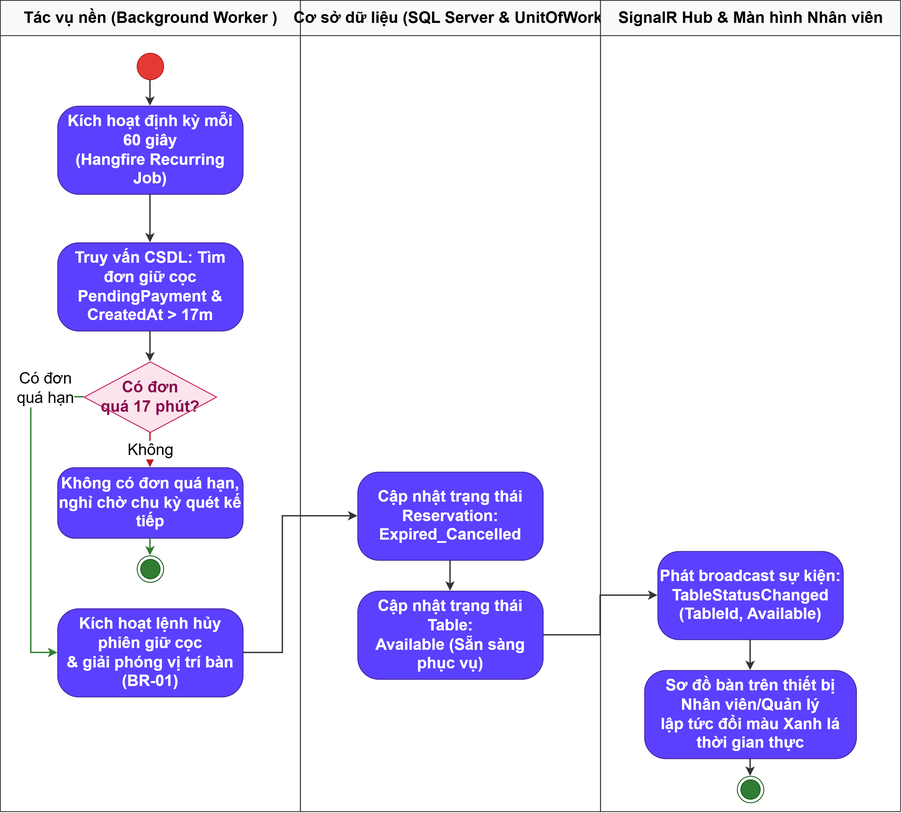
The draw.io diagram docs/phase1/drawio/ad10_auto_release_timeout.drawio.png in AndrewQng/VinDining, before a commit. Source tidied: cells renumbered, new cells last; positions are measured from the earlier drawing's top-left corner, leaving out a move shared by most shapes.
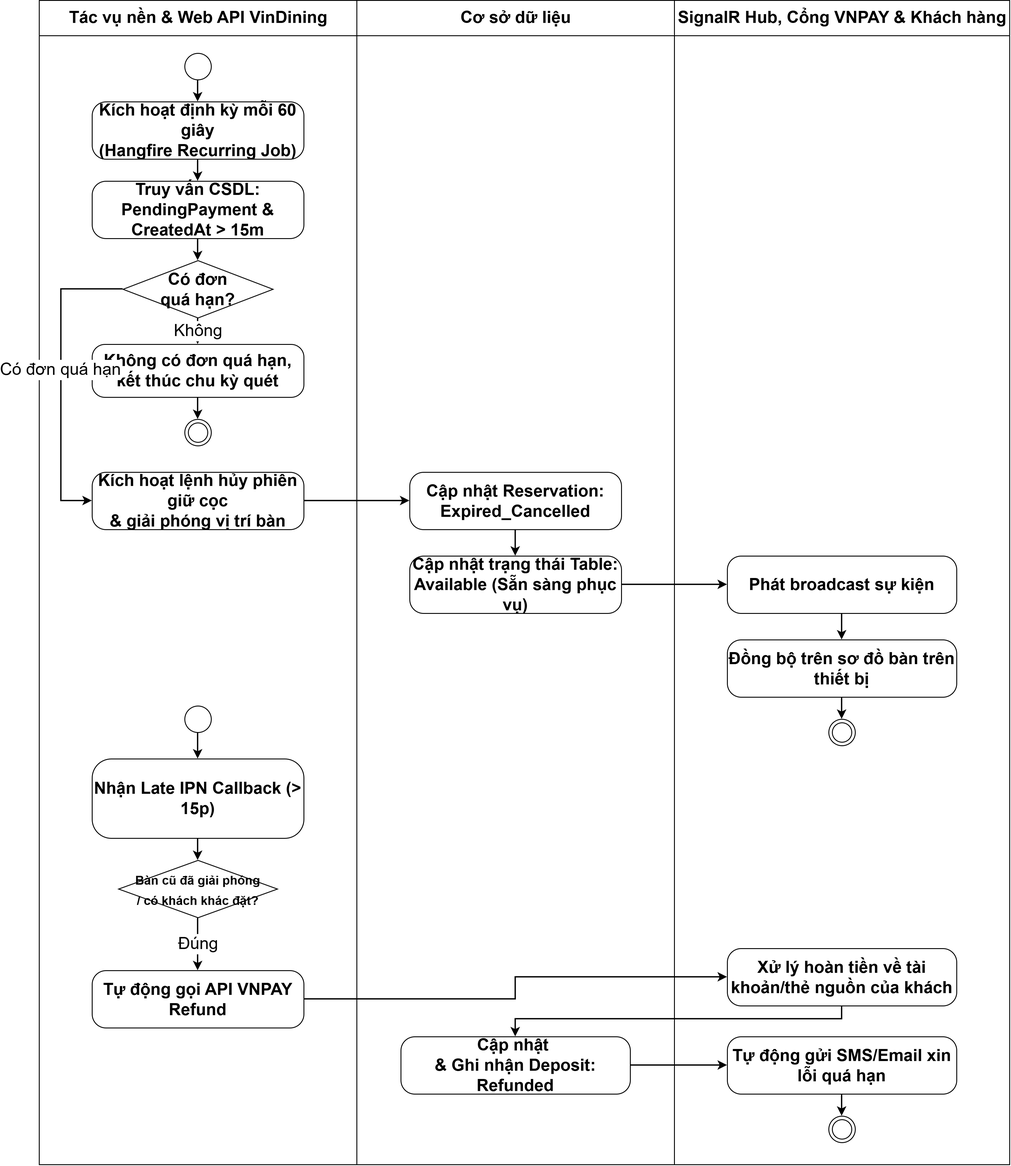
After the change.

The edit, as a diff of the source:
```diff
@@ -2,93 +2,139 @@
   <root>
     <mxCell id="0" />
     <mxCell id="1" parent="0" />
-    <mxCell id="2" value="Tác vụ nền (Background Worker )" style="swimlane;html=1;startSize=40;horizontal=1;fontStyle=1;fontSize=18;align=center;verticalAlign=middle;fillColor=#f8f9fa;strokeColor=#333333;swimlaneLine=1;" parent="1" vertex="1">
-      <mxGeometry width="340" height="920" as="geometry" />
+    <mxCell id="2" value="Tác vụ nền &amp;amp; Web API VinDining" style="swimlane;html=1;startSize=40;horizontal=1;fontStyle=1;fontSize=19;align=center;verticalAlign=middle;swimlaneLine=1;" parent="1" vertex="1">
+      <mxGeometry width="360" height="1320" as="geometry" />
     </mxCell>
-    <mxCell id="3" style="ellipse;whiteSpace=wrap;html=1;fillColor=#e53935;strokeColor=#b71c1c;fontSize=18;" parent="2" vertex="1">
-      <mxGeometry x="155" y="60" width="30" height="30" as="geometry" />
+    <mxCell id="3" style="ellipse;whiteSpace=wrap;html=1;fontSize=19;" parent="2" vertex="1">
+      <mxGeometry x="165" y="60" width="30" height="30" as="geometry" />
     </mxCell>
-    <mxCell id="4" value="Kích hoạt định kỳ mỗi 60 giây&#10;(Hangfire Recurring Job)" style="rounded=1;arcSize=24;whiteSpace=wrap;html=1;fillColor=#5b40ff;strokeColor=#4527a0;fontColor=#ffffff;fontStyle=1;fontSize=18;align=center;verticalAlign=middle;" parent="2" vertex="1">
-      <mxGeometry x="65" y="120" width="210" height="100" as="geometry" />
+    <mxCell id="4" value="Kích hoạt định kỳ mỗi 60 giây&#10;(Hangfire Recurring Job)" style="rounded=1;arcSize=24;whiteSpace=wrap;html=1;fontStyle=1;fontSize=19;align=center;verticalAlign=middle;" parent="2" vertex="1">
+      <mxGeometry x="60" y="115" width="240" height="65" as="geometry" />
     </mxCell>
-    <mxCell id="5" value="Truy vấn CSDL: Tìm đơn giữ cọc&#10;PendingPayment &amp;amp; CreatedAt &amp;gt; 17m" style="rounded=1;arcSize=24;whiteSpace=wrap;html=1;fillColor=#5b40ff;strokeColor=#4527a0;fontColor=#ffffff;fontStyle=1;fontSize=18;align=center;verticalAlign=middle;" parent="2" vertex="1">
-      <mxGeometry x="65" y="275" width="210" height="100" as="geometry" />
+    <mxCell id="5" value="Truy vấn CSDL:&lt;br&gt;PendingPayment &amp;amp; CreatedAt &amp;gt; 15m" style="rounded=1;arcSize=24;whiteSpace=wrap;html=1;fontStyle=1;fontSize=19;align=center;verticalAlign=middle;" parent="2" vertex="1">
+      <mxGeometry x="60" y="205" width="240" height="65" as="geometry" />
     </mxCell>
-    <mxCell id="6" value="Có đơn&#10;quá 17 phút?" style="rhombus;whiteSpace=wrap;html=1;fillColor=#fce4ec;strokeColor=#c2185b;fontColor=#880e4f;fontStyle=1;fontSize=18;align=center;verticalAlign=middle;" parent="2" vertex="1">
-      <mxGeometry x="95" y="410" width="150" height="80" as="geometry" />
+    <mxCell id="6" value="Có đơn&#10;quá hạn?" style="rhombus;whiteSpace=wrap;html=1;fontStyle=1;fontSize=19;align=center;verticalAlign=middle;" parent="2" vertex="1">
+      <mxGeometry x="95" y="295" width="170" height="65" as="geometry" />
     </mxCell>
-    <mxCell id="7" value="Không có đơn quá hạn,&#10;nghỉ chờ chu kỳ quét kế tiếp" style="rounded=1;arcSize=24;whiteSpace=wrap;html=1;fillColor=#5b40ff;strokeColor=#4527a0;fontColor=#ffffff;fontStyle=1;fontSize=18;align=center;verticalAlign=middle;" parent="2" vertex="1">
-      <mxGeometry x="65" y="530" width="210" height="80" as="geometry" />
+    <mxCell id="7" value="Không có đơn quá hạn,&#10;kết thúc chu kỳ quét" style="rounded=1;arcSize=24;whiteSpace=wrap;html=1;fontStyle=1;fontSize=19;align=center;verticalAlign=middle;" parent="2" vertex="1">
+      <mxGeometry x="60" y="390" width="240" height="60" as="geometry" />
     </mxCell>
-    <mxCell id="8" style="ellipse;html=1;shape=endState;fillColor=#2e7d32;strokeColor=#1b5e20;fontSize=18;" parent="2" vertex="1">
-      <mxGeometry x="155" y="630" width="30" height="30" as="geometry" />
+    <mxCell id="8" style="ellipse;html=1;shape=endState;fontSize=19;" parent="2" vertex="1">
+      <mxGeometry x="165" y="475" width="30" height="30" as="geometry" />
     </mxCell>
-    <mxCell id="9" value="Kích hoạt lệnh hủy phiên giữ cọc&#10;&amp;amp; giải phóng vị trí bàn (BR-01)" style="rounded=1;arcSize=24;whiteSpace=wrap;html=1;fillColor=#5b40ff;strokeColor=#4527a0;fontColor=#ffffff;fontStyle=1;fontSize=18;align=center;verticalAlign=middle;" parent="2" vertex="1">
-      <mxGeometry x="65" y="690" width="210" height="100" as="geometry" />
+    <mxCell id="9" value="Kích hoạt lệnh hủy phiên giữ cọc&#10;&amp;amp; giải phóng vị trí bàn" style="rounded=1;arcSize=24;whiteSpace=wrap;html=1;fontStyle=1;fontSize=19;align=center;verticalAlign=middle;" parent="2" vertex="1">
+      <mxGeometry x="60" y="535" width="240" height="65" as="geometry" />
     </mxCell>
-    <mxCell id="10" value="Cơ sở dữ liệu (SQL Server &amp;amp; UnitOfWork)" style="swimlane;html=1;startSize=40;horizontal=1;fontStyle=1;fontSize=18;align=center;verticalAlign=middle;fillColor=#f8f9fa;strokeColor=#333333;swimlaneLine=1;" parent="1" vertex="1">
-      <mxGeometry x="340" width="340" height="920" as="geometry" />
-    </mxCell>
-    <mxCell id="11" value="Cập nhật trạng thái Reservation:&#10;Expired_Cancelled" style="rounded=1;arcSize=24;whiteSpace=wrap;html=1;fillColor=#5b40ff;strokeColor=#4527a0;fontColor=#ffffff;fontStyle=1;fontSize=18;align=center;verticalAlign=middle;" parent="10" vertex="1">
-      <mxGeometry x="65" y="535" width="210" height="100" as="geometry" />
-    </mxCell>
-    <mxCell id="12" value="Cập nhật trạng thái Table:&#10;Available (Sẵn sàng phục vụ)" style="rounded=1;arcSize=24;whiteSpace=wrap;html=1;fillColor=#5b40ff;strokeColor=#4527a0;fontColor=#ffffff;fontStyle=1;fontSize=18;align=center;verticalAlign=middle;" parent="10" vertex="1">
-      <mxGeometry x="65" y="670" width="210" height="100" as="geometry" />
-    </mxCell>
-    <mxCell id="13" value="SignalR Hub &amp;amp; Màn hình Nhân viên" style="swimlane;html=1;startSize=40;horizontal=1;fontStyle=1;fontSize=18;align=center;verticalAlign=middle;fillColor=#f8f9fa;strokeColor=#333333;swimlaneLine=1;" parent="1" vertex="1">
-      <mxGeometry x="680" width="340" height="920" as="geometry" />
-    </mxCell>
-    <mxCell id="14" value="Phát broadcast sự kiện:&#10;TableStatusChanged (TableId, Available)" style="rounded=1;arcSize=24;whiteSpace=wrap;html=1;fillColor=#5b40ff;strokeColor=#4527a0;fontColor=#ffffff;fontStyle=1;fontSize=18;align=center;verticalAlign=middle;" parent="13" vertex="1">
-      <mxGeometry x="65" y="625" width="210" height="100" as="geometry" />
-    </mxCell>
-    <mxCell id="15" value="Sơ đồ bàn trên thiết bị Nhân viên/Quản lý&#10;lập tức đổi màu Xanh lá thời gian thực" style="rounded=1;arcSize=24;whiteSpace=wrap;html=1;fillColor=#5b40ff;strokeColor=#4527a0;fontColor=#ffffff;fontStyle=1;fontSize=18;align=center;verticalAlign=middle;" parent="13" vertex="1">
-      <mxGeometry x="50" y="760" width="240" height="100" as="geometry" />
-    </mxCell>
+    <mxCell id="28" style="ellipse;whiteSpace=wrap;html=1;fontSize=19;" parent="2" vertex="1">
+      <mxGeometry x="165" y="800" width="30" height="30" as="geometry" />
+    </mxCell>
+    <mxCell id="29" value="Nhận Late IPN Callback (&amp;gt; 15p)" style="rounded=1;arcSize=24;whiteSpace=wrap;html=1;fontStyle=1;fontSize=19;align=center;verticalAlign=middle;" parent="2" vertex="1">
+      <mxGeometry x="60" y="860" width="240" height="90" as="geometry" />
+    </mxCell>
+    <mxCell id="30" value="&lt;font style=&quot;font-size: 14px;&quot;&gt;Bàn cũ đã giải phóng&lt;br&gt;/ có khách khác đặt?&lt;/font&gt;" style="rhombus;whiteSpace=wrap;html=1;fontStyle=1;fontSize=19;align=center;verticalAlign=middle;" parent="2" vertex="1">
+      <mxGeometry x="90" y="975" width="180" height="65" as="geometry" />
+    </mxCell>
+    <mxCell id="31" value="Tự động gọi API VNPAY Refund" style="rounded=1;arcSize=24;whiteSpace=wrap;html=1;fontStyle=1;fontSize=19;align=center;verticalAlign=middle;" parent="2" vertex="1">
+      <mxGeometry x="60" y="1100" width="240" height="65" as="geometry" />
+    </mxCell>
-    <mxCell id="16" style="edgeStyle=orthogonalEdgeStyle;rounded=0;strokeColor=#333333;strokeWidth=1.5;html=1;fontSize=18;" parent="1" edge="1" source="3" target="4">
+    <mxCell id="16" style="edgeStyle=orthogonalEdgeStyle;rounded=0;strokeWidth=1.5;html=1;exitX=0.5;exitY=1;entryX=0.5;entryY=0;fontSize=19;" parent="2" edge="1" source="3" target="4">
       <mxGeometry relative="1" as="geometry" />
     </mxCell>
-    <mxCell id="17" style="edgeStyle=orthogonalEdgeStyle;rounded=0;strokeColor=#333333;strokeWidth=1.5;html=1;fontSize=18;" parent="1" edge="1" source="4" target="5">
+    <mxCell id="17" style="edgeStyle=orthogonalEdgeStyle;rounded=0;strokeWidth=1.5;html=1;exitX=0.5;exitY=1;entryX=0.5;entryY=0;fontSize=19;" parent="2" edge="1" source="4" target="5">
       <mxGeometry relative="1" as="geometry" />
     </mxCell>
-    <mxCell id="18" style="edgeStyle=orthogonalEdgeStyle;rounded=0;strokeColor=#333333;strokeWidth=1.5;html=1;fontSize=18;" parent="1" edge="1" source="5" target="6">
+    <mxCell id="18" style="edgeStyle=orthogonalEdgeStyle;rounded=0;strokeWidth=1.5;html=1;exitX=0.5;exitY=1;entryX=0.5;entryY=0;fontSize=19;" parent="2" edge="1" source="5" target="6">
       <mxGeometry relative="1" as="geometry" />
     </mxCell>
-    <mxCell id="19" value="Không" style="edgeStyle=orthogonalEdgeStyle;rounded=0;strokeColor=#b71c1c;strokeWidth=1.5;html=1;fontSize=18;labelBackgroundColor=#ffffff;" parent="1" edge="1" source="6" target="7">
+    <mxCell id="19" value="Không" style="edgeStyle=orthogonalEdgeStyle;rounded=0;strokeWidth=1.5;html=1;fontSize=19;labelBackgroundColor=#ffffff;exitX=0.5;exitY=1;entryX=0.5;entryY=0;" parent="2" edge="1" source="6" target="7">
       <mxGeometry relative="1" as="geometry" />
     </mxCell>
-    <mxCell id="20" style="edgeStyle=orthogonalEdgeStyle;rounded=0;strokeColor=#2e7d32;strokeWidth=1.5;html=1;fontSize=18;" parent="1" edge="1" source="7" target="8">
+    <mxCell id="20" style="edgeStyle=orthogonalEdgeStyle;rounded=0;strokeWidth=1.5;html=1;exitX=0.5;exitY=1;entryX=0.5;entryY=0;fontSize=19;" parent="2" edge="1" source="7" target="8">
       <mxGeometry relative="1" as="geometry" />
     </mxCell>
-    <mxCell id="21" value="Có đơn&#10;quá hạn" style="edgeStyle=orthogonalEdgeStyle;rounded=0;strokeColor=#2e7d32;strokeWidth=1.5;html=1;fontSize=18;labelBackgroundColor=#ffffff;exitX=0;exitY=0.5;entryX=0;entryY=0.5;" parent="1" edge="1" source="6" target="9">
-      <mxGeometry x="-0.76" y="-10" relative="1" as="geometry">
+    <mxCell id="21" value="Có đơn quá hạn" style="edgeStyle=orthogonalEdgeStyle;rounded=0;strokeWidth=1.5;html=1;fontSize=19;labelBackgroundColor=#ffffff;exitX=0;exitY=0.5;entryX=0;entryY=0.5;" parent="2" edge="1" source="6" target="9">
+      <mxGeometry relative="1" as="geometry">
         <Array as="points">
-          <mxPoint x="35" y="450" />
-          <mxPoint x="35" y="740" />
+          <mxPoint x="25" y="327.5" />
+          <mxPoint x="25" y="567.5" />
         </Array>
+        <mxPoint x="-1" y="-12" as="offset" />
       </mxGeometry>
     </mxCell>
-    <mxCell id="22" style="edgeStyle=orthogonalEdgeStyle;rounded=0;strokeColor=#333333;strokeWidth=1.5;html=1;exitX=1;exitY=0.5;entryX=0;entryY=0.5;fontSize=18;" parent="1" edge="1" source="9" target="11">
-      <mxGeometry relative="1" as="geometry">
-        <Array as="points">
-          <mxPoint x="320" y="740" />
-          <mxPoint x="320" y="585" />
-        </Array>
-      </mxGeometry>
-    </mxCell>
+    <mxCell id="32" style="edgeStyle=orthogonalEdgeStyle;rounded=0;strokeWidth=1.5;html=1;exitX=0.5;exitY=1;entryX=0.5;entryY=0;fontSize=19;" parent="2" edge="1" source="28" target="29">
+      <mxGeometry relative="1" as="geometry" />
+    </mxCell>
+    <mxCell id="33" style="edgeStyle=orthogonalEdgeStyle;rounded=0;strokeWidth=1.5;html=1;exitX=0.5;exitY=1;entryX=0.5;entryY=0;fontSize=19;" parent="2" edge="1" source="29" target="30">
+      <mxGeometry relative="1" as="geometry" />
+    </mxCell>
+    <mxCell id="34" value="Đúng" style="edgeStyle=orthogonalEdgeStyle;rounded=0;strokeWidth=1.5;html=1;fontSize=19;labelBackgroundColor=#ffffff;exitX=0.5;exitY=1;entryX=0.5;entryY=0;" parent="2" edge="1" source="30" target="31">
+      <mxGeometry relative="1" as="geometry" />
+    </mxCell>
+    <mxCell id="10" value="Cơ sở dữ liệu" style="swimlane;html=1;startSize=40;horizontal=1;fontStyle=1;fontSize=19;align=center;verticalAlign=middle;swimlaneLine=1;" parent="1" vertex="1">
+      <mxGeometry x="360" width="360" height="1320" as="geometry" />
+    </mxCell>
+    <mxCell id="11" value="Cập nhật Reservation:&#10;Expired_Cancelled" style="rounded=1;arcSize=24;whiteSpace=wrap;html=1;fontStyle=1;fontSize=19;align=center;verticalAlign=middle;" parent="10" vertex="1">
+      <mxGeometry x="60" y="535" width="240" height="65" as="geometry" />
+    </mxCell>
+    <mxCell id="12" value="Cập nhật trạng thái Table:&#10;Available (Sẵn sàng phục vụ)" style="rounded=1;arcSize=24;whiteSpace=wrap;html=1;fontStyle=1;fontSize=19;align=center;verticalAlign=middle;" parent="10" vertex="1">
+      <mxGeometry x="60" y="630" width="240" height="65" as="geometry" />
+    </mxCell>
+    <mxCell id="35" value="Cập nhật&amp;nbsp;&lt;br&gt;&amp;amp; Ghi nhận Deposit: Refunded" style="rounded=1;arcSize=24;whiteSpace=wrap;html=1;fontStyle=1;fontSize=19;align=center;verticalAlign=middle;" parent="10" vertex="1">
+      <mxGeometry x="50" y="1175" width="260" height="65" as="geometry" />
+    </mxCell>
-    <mxCell id="23" style="edgeStyle=orthogonalEdgeStyle;rounded=0;strokeColor=#333333;strokeWidth=1.5;html=1;exitX=0.5;exitY=1;entryX=0.5;entryY=0;fontSize=18;" parent="1" edge="1" source="11" target="12">
+    <mxCell id="23" style="edgeStyle=orthogonalEdgeStyle;rounded=0;strokeWidth=1.5;html=1;exitX=0.5;exitY=1;entryX=0.5;entryY=0;fontSize=19;" parent="10" edge="1" source="11" target="12">
       <mxGeometry relative="1" as="geometry" />
     </mxCell>
-    <mxCell id="24" style="edgeStyle=orthogonalEdgeStyle;rounded=0;strokeColor=#333333;strokeWidth=1.5;html=1;exitX=1;exitY=0.5;entryX=0;entryY=0.5;fontSize=18;" parent="1" edge="1" source="12" target="14">
-      <mxGeometry relative="1" as="geometry" />
-    </mxCell>
+    <mxCell id="13" value="SignalR Hub, Cổng VNPAY &amp;amp; Khách hàng" style="swimlane;html=1;startSize=40;horizontal=1;fontStyle=1;fontSize=19;align=center;verticalAlign=middle;swimlaneLine=1;" parent="1" vertex="1">
+      <mxGeometry x="720" width="380" height="1320" as="geometry" />
+    </mxCell>
+    <mxCell id="14" value="Phát broadcast sự kiện" style="rounded=1;arcSize=24;whiteSpace=wrap;html=1;fontStyle=1;fontSize=19;align=center;verticalAlign=middle;" parent="13" vertex="1">
+      <mxGeometry x="60" y="630" width="260" height="65" as="geometry" />
+    </mxCell>
+    <mxCell id="15" value="Đồng bộ trên sơ đồ bàn trên thiết bị" style="rounded=1;arcSize=24;whiteSpace=wrap;html=1;fontStyle=1;fontSize=19;align=center;verticalAlign=middle;" parent="13" vertex="1">
+      <mxGeometry x="60" y="725" width="260" height="65" as="geometry" />
+    </mxCell>
+    <mxCell id="27" style="ellipse;html=1;shape=endState;fontSize=19;" parent="13" vertex="1">
+      <mxGeometry x="175" y="815" width="30" height="30" as="geometry" />
+    </mxCell>
+    <mxCell id="36" value="Xử lý hoàn tiền về tài khoản/thẻ nguồn của khách" style="rounded=1;arcSize=24;whiteSpace=wrap;html=1;fontStyle=1;fontSize=19;align=center;verticalAlign=middle;" parent="13" vertex="1">
+      <mxGeometry x="60" y="1075" width="260" height="65" as="geometry" />
+    </mxCell>
+    <mxCell id="37" value="Tự động gửi SMS/Email xin lỗi quá hạn" style="rounded=1;arcSize=24;whiteSpace=wrap;html=1;fontStyle=1;fontSize=19;align=center;verticalAlign=middle;" parent="13" vertex="1">
+      <mxGeometry x="60" y="1175" width="260" height="65" as="geometry" />
+    </mxCell>
+    <mxCell id="38" style="ellipse;html=1;shape=endState;fontSize=19;" parent="13" vertex="1">
+      <mxGeometry x="175" y="1265" width="30" height="30" as="geometry" />
+    </mxCell>
-    <mxCell id="25" style="edgeStyle=orthogonalEdgeStyle;rounded=0;strokeColor=#333333;strokeWidth=1.5;html=1;exitX=0.5;exitY=1;entryX=0.5;entryY=0;fontSize=18;" parent="1" edge="1" source="14" target="15">
+    <mxCell id="25" style="edgeStyle=orthogonalEdgeStyle;rounded=0;strokeWidth=1.5;html=1;exitX=0.5;exitY=1;entryX=0.5;entryY=0;fontSize=19;" parent="13" edge="1" source="14" target="15">
       <mxGeometry relative="1" as="geometry" />
     </mxCell>
-    <mxCell id="26" style="edgeStyle=orthogonalEdgeStyle;rounded=0;strokeColor=#333333;strokeWidth=1.5;html=1;exitX=0.5;exitY=1;entryX=0.5;entryY=0;fontSize=18;" parent="1" edge="1" source="15" target="27">
+    <mxCell id="26" style="edgeStyle=orthogonalEdgeStyle;rounded=0;strokeWidth=1.5;html=1;exitX=0.5;exitY=1;entryX=0.5;entryY=0;fontSize=19;" parent="13" edge="1" source="15" target="27">
       <mxGeometry relative="1" as="geometry" />
     </mxCell>
-    <mxCell id="27" style="ellipse;html=1;shape=endState;fillColor=#2e7d32;strokeColor=#1b5e20;fontSize=18;" parent="1" vertex="1">
-      <mxGeometry x="835" y="880" width="30" height="30" as="geometry" />
-    </mxCell>
+    <mxCell id="39" style="edgeStyle=orthogonalEdgeStyle;rounded=0;strokeWidth=1.5;html=1;exitX=0.5;exitY=1;entryX=0.5;entryY=0;fontSize=19;" parent="13" edge="1" source="37" target="38">
+      <mxGeometry relative="1" as="geometry" />
+    </mxCell>
+    <mxCell id="22" style="edgeStyle=orthogonalEdgeStyle;rounded=0;strokeWidth=1.5;html=1;exitX=1;exitY=0.5;entryX=0;entryY=0.5;fontSize=19;" parent="1" edge="1" source="9" target="11">
+      <mxGeometry relative="1" as="geometry" />
+    </mxCell>
+    <mxCell id="24" style="edgeStyle=orthogonalEdgeStyle;rounded=0;strokeWidth=1.5;html=1;exitX=1;exitY=0.5;entryX=0;entryY=0.5;fontSize=19;" parent="1" edge="1" source="12" target="14">
+      <mxGeometry relative="1" as="geometry" />
+    </mxCell>
+    <mxCell id="40" style="edgeStyle=orthogonalEdgeStyle;rounded=0;strokeWidth=1.5;html=1;exitX=1;exitY=0.5;entryX=0;entryY=0.5;fontSize=19;" parent="1" edge="1" source="31" target="36">
+      <mxGeometry relative="1" as="geometry" />
+    </mxCell>
+    <mxCell id="41" style="edgeStyle=orthogonalEdgeStyle;rounded=0;strokeWidth=1.5;html=1;exitX=0.5;exitY=1;entryX=0.5;entryY=0;fontSize=19;" parent="1" edge="1" source="36" target="35">
+      <mxGeometry relative="1" as="geometry">
+        <Array as="points">
+          <mxPoint x="910" y="1155" />
+          <mxPoint x="540" y="1155" />
+        </Array>
+      </mxGeometry>
+    </mxCell>
+    <mxCell id="42" style="edgeStyle=orthogonalEdgeStyle;rounded=0;strokeWidth=1.5;html=1;exitX=1;exitY=0.5;entryX=0;entryY=0.5;fontSize=19;" parent="1" edge="1" source="35" target="37">
+      <mxGeometry relative="1" as="geometry" />
+    </mxCell>
   </root>
 </mxGraphModel>
```
